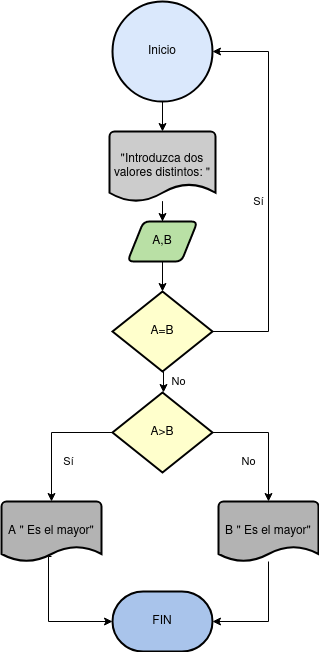
The draw.io diagram unidad-1/images/Diagrama-flujo.png in JonayKB/PRO, before a commit. Source tidied: cells renumbered, new cells last; positions are measured from the earlier drawing's top-left corner, leaving out a move shared by most shapes. The source it was exported from:
```xml
<mxGraphModel>
  <root>
    <mxCell id="0" />
    <mxCell id="1" parent="0" />
    <mxCell id="2" value="&lt;div&gt;Inicio&lt;/div&gt;" style="strokeWidth=2;html=1;shape=mxgraph.flowchart.start_2;whiteSpace=wrap;fillColor=#dae8fc;strokeColor=#000000;" parent="1" vertex="1">
      <mxGeometry x="111" width="100" height="100" as="geometry" />
    </mxCell>
    <mxCell id="3" style="edgeStyle=orthogonalEdgeStyle;rounded=0;jettySize=auto;html=1;" parent="1" edge="1" source="4" target="6">
      <mxGeometry relative="1" as="geometry" />
    </mxCell>
    <mxCell id="4" value="&quot;Introduzca dos valores distintos: &quot;" style="strokeWidth=2;html=1;shape=mxgraph.flowchart.document2;whiteSpace=wrap;size=0.25;fillColor=#CCCCCC;" parent="1" vertex="1">
      <mxGeometry x="108" y="130" width="106" height="70" as="geometry" />
    </mxCell>
    <mxCell id="5" style="edgeStyle=orthogonalEdgeStyle;rounded=0;jettySize=auto;html=1;entryX=0.5;entryY=0;entryDx=0;entryDy=0;entryPerimeter=0;" parent="1" edge="1" source="2" target="4">
      <mxGeometry relative="1" as="geometry" />
    </mxCell>
    <mxCell id="6" value="A,B" style="shape=parallelogram;html=1;strokeWidth=2;perimeter=parallelogramPerimeter;whiteSpace=wrap;rounded=1;arcSize=12;size=0.23;fillColor=#B9E0A5;" parent="1" vertex="1">
      <mxGeometry x="126" y="220" width="70" height="40" as="geometry" />
    </mxCell>
    <mxCell id="7" value="No" style="edgeStyle=orthogonalEdgeStyle;rounded=0;orthogonalLoop=1;jettySize=auto;html=1;" parent="1" edge="1">
      <mxGeometry x="-0.05" y="15" relative="1" as="geometry">
        <mxPoint x="162" y="370" as="sourcePoint" />
        <mxPoint x="162" y="391" as="targetPoint" />
      </mxGeometry>
    </mxCell>
    <mxCell id="8" value="A=B" style="strokeWidth=2;html=1;shape=mxgraph.flowchart.decision;whiteSpace=wrap;fillColor=#FFFFCC;" parent="1" vertex="1">
      <mxGeometry x="111" y="290" width="100" height="80" as="geometry" />
    </mxCell>
    <mxCell id="9" style="edgeStyle=orthogonalEdgeStyle;rounded=0;jettySize=auto;html=1;entryX=0.5;entryY=0;entryDx=0;entryDy=0;entryPerimeter=0;" parent="1" edge="1" source="6" target="8">
      <mxGeometry relative="1" as="geometry" />
    </mxCell>
    <mxCell id="10" value="&lt;div&gt;Sí&lt;/div&gt;" style="edgeStyle=orthogonalEdgeStyle;rounded=0;jettySize=auto;html=1;entryX=1;entryY=0.5;entryDx=0;entryDy=0;entryPerimeter=0;" parent="1" edge="1" source="8" target="2">
      <mxGeometry x="-0.05" y="10" relative="1" as="geometry">
        <Array as="points">
          <mxPoint x="267" y="330" />
          <mxPoint x="267" y="50" />
        </Array>
      </mxGeometry>
    </mxCell>
    <mxCell id="11" value="A&amp;gt;B" style="strokeWidth=2;html=1;shape=mxgraph.flowchart.decision;whiteSpace=wrap;fillColor=#FFFFCC;" parent="1" vertex="1">
      <mxGeometry x="111" y="391" width="100" height="80" as="geometry" />
    </mxCell>
    <mxCell id="12" value="A &quot; Es el mayor&quot;" style="strokeWidth=2;html=1;shape=mxgraph.flowchart.document2;whiteSpace=wrap;size=0.25;fillColor=#B3B3B3;" parent="1" vertex="1">
      <mxGeometry y="500" width="100" height="60" as="geometry" />
    </mxCell>
    <mxCell id="13" value="B &quot; Es el mayor&quot;" style="strokeWidth=2;html=1;shape=mxgraph.flowchart.document2;whiteSpace=wrap;size=0.25;fillColor=#B3B3B3;" parent="1" vertex="1">
      <mxGeometry x="217" y="500" width="100" height="60" as="geometry" />
    </mxCell>
    <mxCell id="14" value="Sí" style="edgeStyle=orthogonalEdgeStyle;rounded=0;jettySize=auto;html=1;entryX=0.5;entryY=0;entryDx=0;entryDy=0;entryPerimeter=0;" parent="1" edge="1" source="11" target="12">
      <mxGeometry x="0.38" y="17" relative="1" as="geometry" />
    </mxCell>
    <mxCell id="15" value="No" style="edgeStyle=orthogonalEdgeStyle;rounded=0;jettySize=auto;html=1;entryX=0.5;entryY=0;entryDx=0;entryDy=0;entryPerimeter=0;" parent="1" edge="1" source="11" target="13">
      <mxGeometry x="0.36" y="-20" relative="1" as="geometry" />
    </mxCell>
    <mxCell id="16" value="FIN" style="strokeWidth=2;html=1;shape=mxgraph.flowchart.terminator;whiteSpace=wrap;fillColor=#A9C4EB;" parent="1" vertex="1">
      <mxGeometry x="111" y="590" width="100" height="60" as="geometry" />
    </mxCell>
    <mxCell id="17" style="edgeStyle=orthogonalEdgeStyle;rounded=0;jettySize=auto;html=1;entryX=0;entryY=0.5;entryDx=0;entryDy=0;entryPerimeter=0;exitX=0.5;exitY=0.917;exitDx=0;exitDy=0;exitPerimeter=0;" parent="1" edge="1" source="12" target="16">
      <mxGeometry relative="1" as="geometry">
        <Array as="points">
          <mxPoint x="47" y="555" />
          <mxPoint x="47" y="620" />
        </Array>
      </mxGeometry>
    </mxCell>
    <mxCell id="18" style="edgeStyle=orthogonalEdgeStyle;rounded=0;jettySize=auto;html=1;entryX=1;entryY=0.5;entryDx=0;entryDy=0;entryPerimeter=0;" parent="1" edge="1" source="13" target="16">
      <mxGeometry relative="1" as="geometry">
        <Array as="points">
          <mxPoint x="267" y="620" />
        </Array>
      </mxGeometry>
    </mxCell>
  </root>
</mxGraphModel>
```
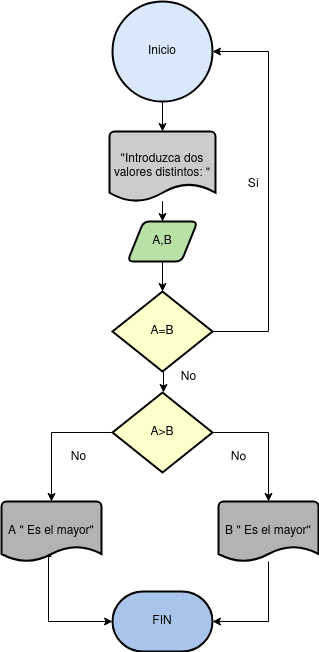
Later version of the same file.

What changed in the source:
```diff
@@ -17,7 +17,7 @@
     <mxCell id="6" value="A,B" style="shape=parallelogram;html=1;strokeWidth=2;perimeter=parallelogramPerimeter;whiteSpace=wrap;rounded=1;arcSize=12;size=0.23;fillColor=#B9E0A5;" parent="1" vertex="1">
       <mxGeometry x="126" y="220" width="70" height="40" as="geometry" />
     </mxCell>
-    <mxCell id="7" value="No" style="edgeStyle=orthogonalEdgeStyle;rounded=0;orthogonalLoop=1;jettySize=auto;html=1;" parent="1" edge="1">
+    <mxCell id="7" style="edgeStyle=orthogonalEdgeStyle;rounded=0;orthogonalLoop=1;jettySize=auto;html=1;" parent="1" edge="1">
       <mxGeometry x="-0.05" y="15" relative="1" as="geometry">
         <mxPoint x="162" y="370" as="sourcePoint" />
         <mxPoint x="162" y="391" as="targetPoint" />
@@ -29,7 +29,7 @@
     <mxCell id="9" style="edgeStyle=orthogonalEdgeStyle;rounded=0;jettySize=auto;html=1;entryX=0.5;entryY=0;entryDx=0;entryDy=0;entryPerimeter=0;" parent="1" edge="1" source="6" target="8">
       <mxGeometry relative="1" as="geometry" />
     </mxCell>
-    <mxCell id="10" value="&lt;div&gt;Sí&lt;/div&gt;" style="edgeStyle=orthogonalEdgeStyle;rounded=0;jettySize=auto;html=1;entryX=1;entryY=0.5;entryDx=0;entryDy=0;entryPerimeter=0;" parent="1" edge="1" source="8" target="2">
+    <mxCell id="10" value="&lt;div&gt;&lt;br&gt;&lt;/div&gt;" style="edgeStyle=orthogonalEdgeStyle;rounded=0;jettySize=auto;html=1;entryX=1;entryY=0.5;entryDx=0;entryDy=0;entryPerimeter=0;" parent="1" edge="1" source="8" target="2">
       <mxGeometry x="-0.05" y="10" relative="1" as="geometry">
         <Array as="points">
           <mxPoint x="267" y="330" />
@@ -46,10 +46,10 @@
     <mxCell id="13" value="B &quot; Es el mayor&quot;" style="strokeWidth=2;html=1;shape=mxgraph.flowchart.document2;whiteSpace=wrap;size=0.25;fillColor=#B3B3B3;" parent="1" vertex="1">
       <mxGeometry x="217" y="500" width="100" height="60" as="geometry" />
     </mxCell>
-    <mxCell id="14" value="Sí" style="edgeStyle=orthogonalEdgeStyle;rounded=0;jettySize=auto;html=1;entryX=0.5;entryY=0;entryDx=0;entryDy=0;entryPerimeter=0;" parent="1" edge="1" source="11" target="12">
+    <mxCell id="14" style="edgeStyle=orthogonalEdgeStyle;rounded=0;jettySize=auto;html=1;entryX=0.5;entryY=0;entryDx=0;entryDy=0;entryPerimeter=0;" parent="1" edge="1" source="11" target="12">
       <mxGeometry x="0.38" y="17" relative="1" as="geometry" />
     </mxCell>
-    <mxCell id="15" value="No" style="edgeStyle=orthogonalEdgeStyle;rounded=0;jettySize=auto;html=1;entryX=0.5;entryY=0;entryDx=0;entryDy=0;entryPerimeter=0;" parent="1" edge="1" source="11" target="13">
+    <mxCell id="15" style="edgeStyle=orthogonalEdgeStyle;rounded=0;jettySize=auto;html=1;entryX=0.5;entryY=0;entryDx=0;entryDy=0;entryPerimeter=0;" parent="1" edge="1" source="11" target="13">
       <mxGeometry x="0.36" y="-20" relative="1" as="geometry" />
     </mxCell>
     <mxCell id="16" value="FIN" style="strokeWidth=2;html=1;shape=mxgraph.flowchart.terminator;whiteSpace=wrap;fillColor=#A9C4EB;" parent="1" vertex="1">
@@ -70,5 +70,17 @@
         </Array>
       </mxGeometry>
     </mxCell>
+    <mxCell id="19" value="Sí" style="text;html=1;align=center;verticalAlign=middle;strokeColor=none;fillColor=none;" parent="1" vertex="1">
+      <mxGeometry x="237" y="168" width="30" height="30" as="geometry" />
+    </mxCell>
+    <mxCell id="20" value="No" style="text;html=1;align=center;verticalAlign=middle;strokeColor=none;fillColor=none;rotation=1;" parent="1" vertex="1">
+      <mxGeometry x="217" y="441" width="40" height="30" as="geometry" />
+    </mxCell>
+    <mxCell id="21" value="No" style="text;html=1;align=center;verticalAlign=middle;strokeColor=none;fillColor=none;" parent="1" vertex="1">
+      <mxGeometry x="57" y="441" width="40" height="30" as="geometry" />
+    </mxCell>
+    <mxCell id="22" value="No" style="text;html=1;align=center;verticalAlign=middle;strokeColor=none;fillColor=none;" parent="1" vertex="1">
+      <mxGeometry x="167" y="361" width="40" height="30" as="geometry" />
+    </mxCell>
   </root>
 </mxGraphModel>
```
